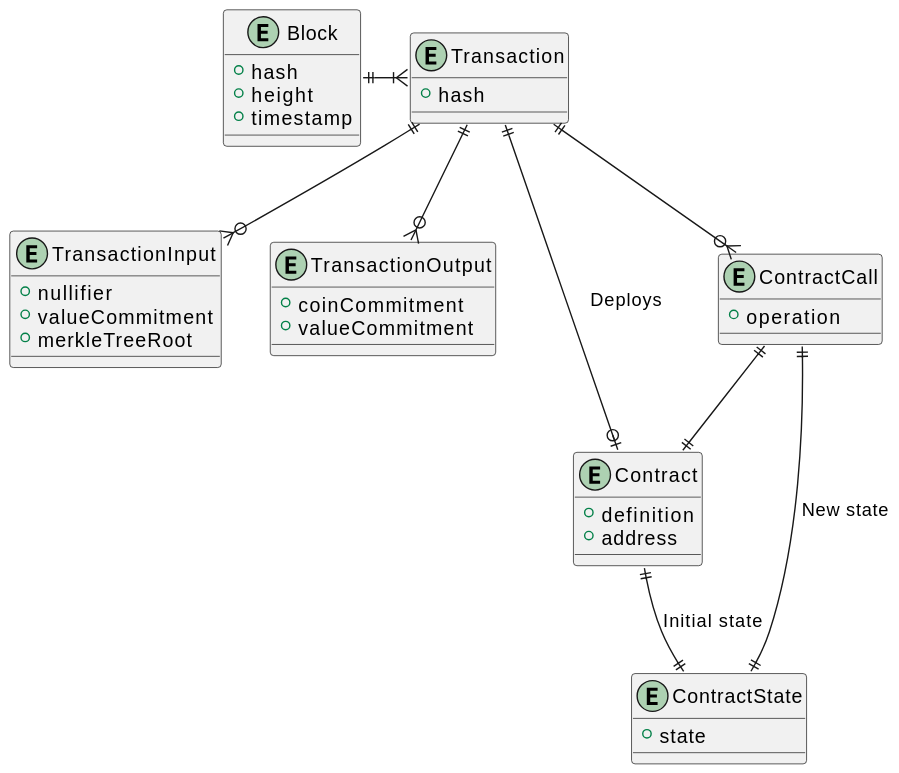
This is components/PubSubIndexer/datamodel.svg from midnightntwrk/midnight-architecture, a PlantUML export, as it was before one commit.
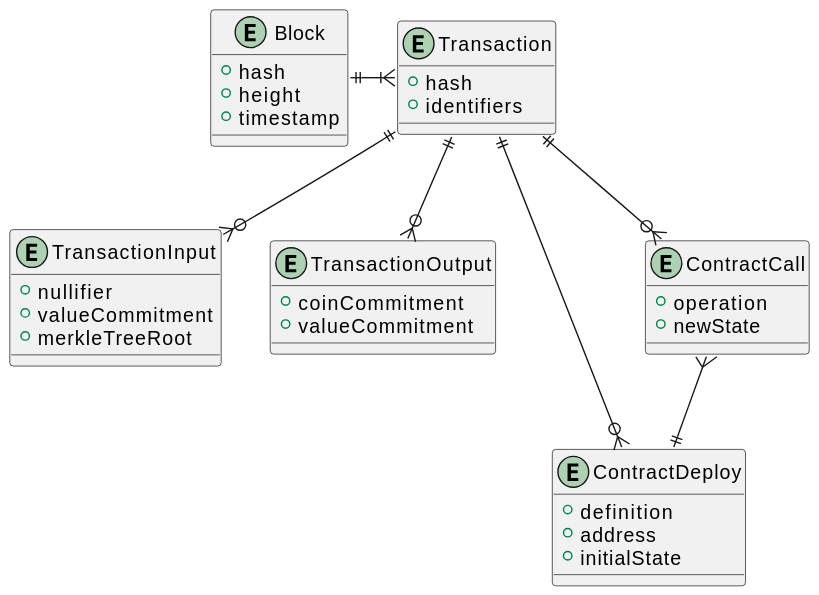
Later version of the same file.

Diff of the diagram source:
```diff
@@ -8,6 +8,7 @@
 
 entity Transaction {
 + hash
++ identifiers
 }
 
 entity TransactionInput {
@@ -21,29 +22,23 @@
 + valueCommitment
 }
 
-entity Contract {
+entity ContractDeploy {
 + definition
 + address
++ initialState
 }
 
 entity ContractCall {
 + operation
-}
-
-entity ContractState {
-+ state
++ newState
 }
 
 Block ||-|{ Transaction
 
 Transaction ||--o{ TransactionInput
 Transaction ||--o{ TransactionOutput
-Transaction ||--o| Contract : Deploys
+Transaction ||--o{ ContractDeploy
 Transaction ||--o{ ContractCall
-
-ContractCall ||--|| Contract
-ContractCall ||--|| ContractState : New state
-
-Contract ||--|| ContractState : Initial state
+ContractCall }--|| ContractDeploy
 
 @enduml
```
